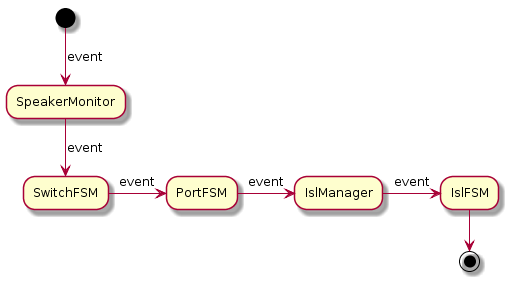
Above: docs/design/network-discovery/workflow.png in jangwonpark74/open-kilda (PlantUML), before the change. Source of this version:
```plantuml
@startuml
(*) -d-> [event] SpeakerMonitor
-d-> [event] SwitchFSM
-r-> [event] PortFSM
-r-> [event] IslManager
-r-> [event] IslFSM
-d-> (*)
@enduml
```
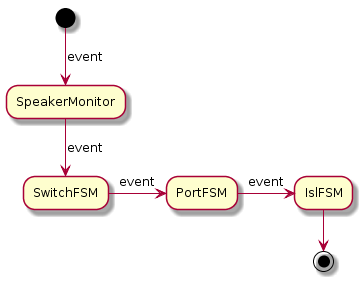
After the commit.

What changed in the source:
```diff
@@ -2,7 +2,6 @@
 (*) -d-> [event] SpeakerMonitor
 -d-> [event] SwitchFSM
 -r-> [event] PortFSM
--r-> [event] IslManager
 -r-> [event] IslFSM
 -d-> (*)
 @enduml
```
